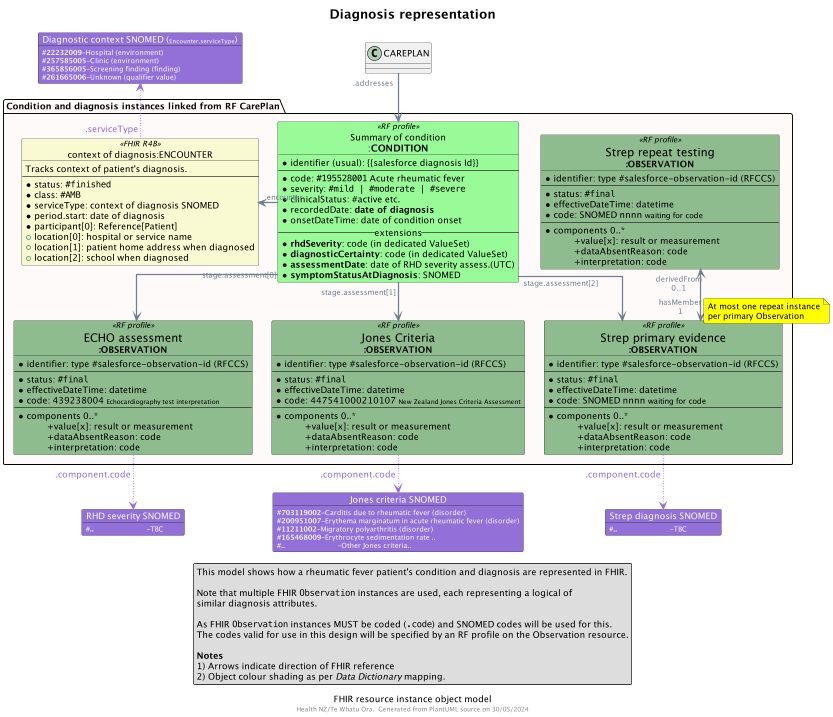
Before: input/images/obj-FHIR-data-diagnosis.png, a diagram exported from PlantUML (tijijose/cinc-fhir-ig).
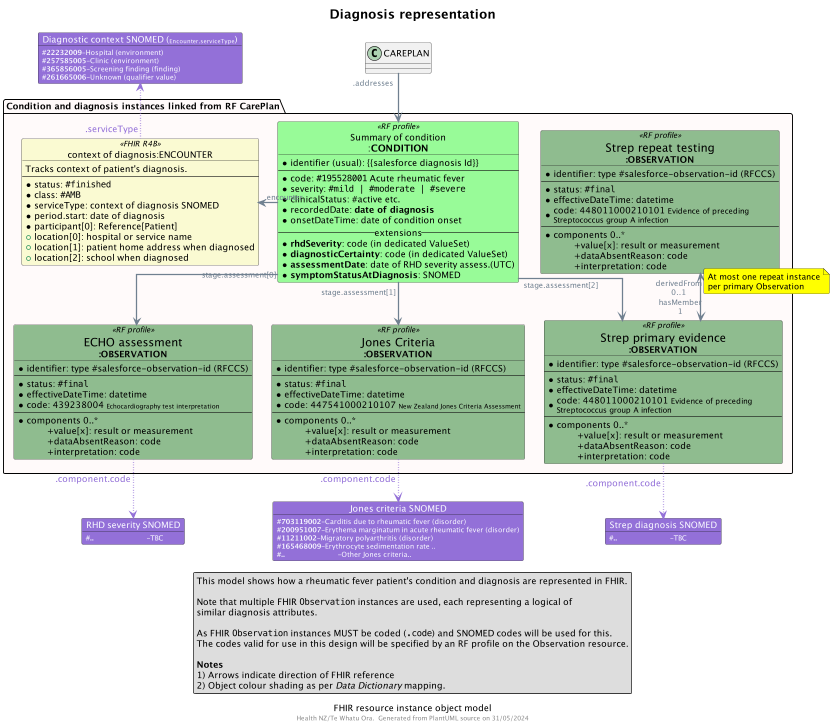
After the commit.

Commit message:
added SNOMED code to valueset and design for strep obseravtion coding

What changed in the source:
```diff
@@ -99,7 +99,7 @@
     ---
     * status: ""#final""
     * effectiveDateTime: datetime
-    * code: SNOMED nnnn <size:12>waiting for code</size>
+    * code: 448011000210101 <size:12>Evidence of preceding\n<size:12>Streptococcus group A infection
     ---
     * components 0..*
     \t+value[x]: result or measurement
@@ -112,7 +112,7 @@
     ---
     * status: ""#final""
     * effectiveDateTime: datetime
-    * code: SNOMED nnnn <size:12>waiting for code</size>
+    * code: 448011000210101 <size:12>Evidence of preceding\n<size:12>Streptococcus group A infection
     ---
     * components 0..*
     \t+value[x]: result or measurement
```
